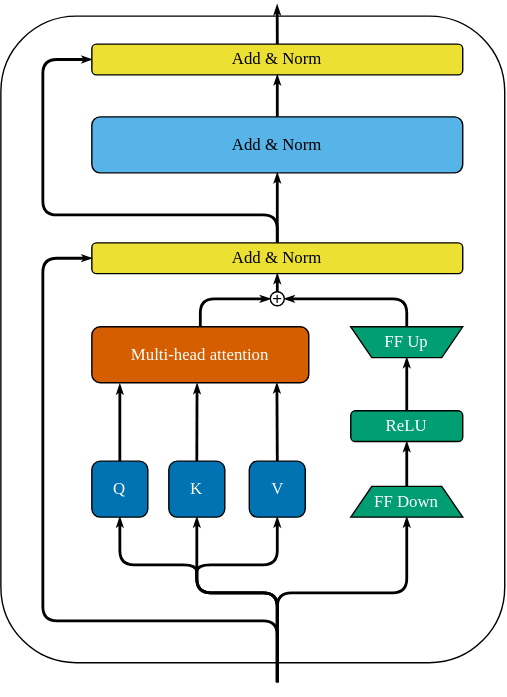
This is assets/methods/adapters.svg from Markel/PEFT-by-time, a draw.io export, as it was before one commit. Source tidied: cells renumbered, new cells last; positions are measured from the earlier drawing's top-left corner, leaving out a move shared by most shapes.
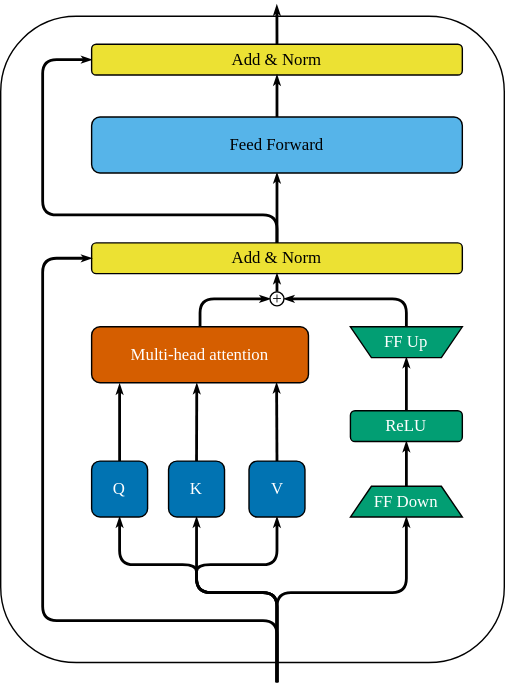
The same diagram one commit later.

Change to the diagram source:
```diff
@@ -2,13 +2,13 @@
   <root>
     <mxCell id="0" />
     <mxCell id="1" parent="0" />
-    <mxCell id="2" style="rounded=1;whiteSpace=wrap;html=1;fillColor=none;" parent="1" vertex="1">
+    <mxCell id="2" style="rounded=1;whiteSpace=wrap;html=1;fillColor=none;fontFamily=EHUSans;" parent="1" vertex="1">
       <mxGeometry y="8" width="360" height="462" as="geometry" />
     </mxCell>
-    <mxCell id="3" style="edgeStyle=orthogonalEdgeStyle;html=1;exitX=0.5;exitY=0;exitDx=0;exitDy=0;entryX=0.5;entryY=1;entryDx=0;entryDy=0;strokeWidth=2;endArrow=classicThin;endFill=1;endSize=1;" parent="1" edge="1" source="5" target="9">
+    <mxCell id="3" style="edgeStyle=orthogonalEdgeStyle;html=1;exitX=0.5;exitY=0;exitDx=0;exitDy=0;entryX=0.5;entryY=1;entryDx=0;entryDy=0;strokeWidth=2;endArrow=classicThin;endFill=1;endSize=1;fontFamily=EHUSans;" parent="1" edge="1" source="5" target="9">
       <mxGeometry relative="1" as="geometry" />
     </mxCell>
-    <mxCell id="4" style="edgeStyle=orthogonalEdgeStyle;html=1;exitX=0.5;exitY=0;exitDx=0;exitDy=0;entryX=0;entryY=0.5;entryDx=0;entryDy=0;strokeWidth=2;fontColor=#FFFFFF;endArrow=classicThin;endFill=1;endSize=1;" parent="1" edge="1" source="5" target="7">
+    <mxCell id="4" style="edgeStyle=orthogonalEdgeStyle;html=1;exitX=0.5;exitY=0;exitDx=0;exitDy=0;entryX=0;entryY=0.5;entryDx=0;entryDy=0;strokeWidth=2;fontColor=#FFFFFF;endArrow=classicThin;endFill=1;endSize=1;fontFamily=EHUSans;" parent="1" edge="1" source="5" target="7">
       <mxGeometry relative="1" as="geometry">
         <Array as="points">
           <mxPoint x="198" y="150" />
@@ -20,7 +20,7 @@
     <mxCell id="5" value="Add &amp;amp; Norm" style="rounded=1;whiteSpace=wrap;html=1;fillColor=#ece133;fontFamily=EHUSans;fontStyle=0;" parent="1" vertex="1">
       <mxGeometry x="65" y="170" width="265" height="22" as="geometry" />
     </mxCell>
-    <mxCell id="6" style="edgeStyle=orthogonalEdgeStyle;html=1;exitX=0.5;exitY=0;exitDx=0;exitDy=0;strokeWidth=2;fontColor=#FFFFFF;endArrow=classicThin;endFill=1;endSize=1;" parent="1" edge="1" source="7">
+    <mxCell id="6" style="edgeStyle=orthogonalEdgeStyle;html=1;exitX=0.5;exitY=0;exitDx=0;exitDy=0;strokeWidth=2;fontColor=#FFFFFF;endArrow=classicThin;endFill=1;endSize=1;fontFamily=EHUSans;" parent="1" edge="1" source="7">
       <mxGeometry relative="1" as="geometry">
         <mxPoint x="197.4" as="targetPoint" />
       </mxGeometry>
@@ -28,13 +28,13 @@
     <mxCell id="7" value="Add &amp;amp; Norm" style="rounded=1;whiteSpace=wrap;html=1;fillColor=#ece133;fontFamily=EHUSans;fontStyle=0;" parent="1" vertex="1">
       <mxGeometry x="65" y="28" width="265" height="22" as="geometry" />
     </mxCell>
-    <mxCell id="8" style="edgeStyle=orthogonalEdgeStyle;html=1;exitX=0.5;exitY=0;exitDx=0;exitDy=0;entryX=0.5;entryY=1;entryDx=0;entryDy=0;strokeWidth=2;endArrow=classicThin;endFill=1;endSize=1;" parent="1" edge="1" source="9" target="7">
+    <mxCell id="8" style="edgeStyle=orthogonalEdgeStyle;html=1;exitX=0.5;exitY=0;exitDx=0;exitDy=0;entryX=0.5;entryY=1;entryDx=0;entryDy=0;strokeWidth=2;endArrow=classicThin;endFill=1;endSize=1;fontFamily=EHUSans;" parent="1" edge="1" source="9" target="7">
       <mxGeometry relative="1" as="geometry" />
     </mxCell>
-    <mxCell id="9" value="Add &amp;amp; Norm" style="rounded=1;whiteSpace=wrap;html=1;fillColor=#56b4e9;fontFamily=EHUSans;fontStyle=0;" parent="1" vertex="1">
+    <mxCell id="9" value="Feed Forward" style="rounded=1;whiteSpace=wrap;html=1;fillColor=#56b4e9;fontFamily=EHUSans;fontStyle=0;" parent="1" vertex="1">
       <mxGeometry x="65" y="80" width="265" height="40" as="geometry" />
     </mxCell>
-    <mxCell id="10" style="edgeStyle=orthogonalEdgeStyle;html=1;exitX=0.5;exitY=0;exitDx=0;exitDy=0;entryX=0;entryY=0.5;entryDx=0;entryDy=0;strokeWidth=2;fontColor=#FFFFFF;endArrow=classicThin;endFill=1;endSize=1;" parent="1" edge="1" source="15" target="5">
+    <mxCell id="10" style="edgeStyle=orthogonalEdgeStyle;html=1;exitX=0.5;exitY=0;exitDx=0;exitDy=0;entryX=0;entryY=0.5;entryDx=0;entryDy=0;strokeWidth=2;fontColor=#FFFFFF;endArrow=classicThin;endFill=1;endSize=1;fontFamily=EHUSans;" parent="1" edge="1" source="15" target="5">
       <mxGeometry relative="1" as="geometry">
         <Array as="points">
           <mxPoint x="198" y="440" />
@@ -43,7 +43,7 @@
         </Array>
       </mxGeometry>
     </mxCell>
-    <mxCell id="11" style="edgeStyle=orthogonalEdgeStyle;jumpSize=1;html=1;exitX=0.5;exitY=0;exitDx=0;exitDy=0;entryX=0.5;entryY=1;entryDx=0;entryDy=0;strokeWidth=2;endArrow=classicThin;endFill=1;endSize=1;elbow=vertical;" parent="1" edge="1" source="15" target="17">
+    <mxCell id="11" style="edgeStyle=orthogonalEdgeStyle;jumpSize=1;html=1;exitX=0.5;exitY=0;exitDx=0;exitDy=0;entryX=0.5;entryY=1;entryDx=0;entryDy=0;strokeWidth=2;endArrow=classicThin;endFill=1;endSize=1;elbow=vertical;fontFamily=EHUSans;" parent="1" edge="1" source="15" target="17">
       <mxGeometry relative="1" as="geometry">
         <Array as="points">
           <mxPoint x="198" y="420" />
@@ -53,7 +53,7 @@
         </Array>
       </mxGeometry>
     </mxCell>
-    <mxCell id="12" style="edgeStyle=orthogonalEdgeStyle;jumpSize=1;html=1;exitX=0.5;exitY=0;exitDx=0;exitDy=0;entryX=0.5;entryY=1;entryDx=0;entryDy=0;strokeWidth=2;endArrow=classicThin;endFill=1;endSize=1;elbow=vertical;" parent="1" edge="1" source="15" target="19">
+    <mxCell id="12" style="edgeStyle=orthogonalEdgeStyle;jumpSize=1;html=1;exitX=0.5;exitY=0;exitDx=0;exitDy=0;entryX=0.5;entryY=1;entryDx=0;entryDy=0;strokeWidth=2;endArrow=classicThin;endFill=1;endSize=1;elbow=vertical;fontFamily=EHUSans;" parent="1" edge="1" source="15" target="19">
       <mxGeometry relative="1" as="geometry">
         <Array as="points">
           <mxPoint x="198" y="420" />
@@ -61,7 +61,7 @@
         </Array>
       </mxGeometry>
     </mxCell>
-    <mxCell id="13" style="edgeStyle=orthogonalEdgeStyle;jumpSize=1;html=1;exitX=0.5;exitY=0;exitDx=0;exitDy=0;entryX=0.5;entryY=1;entryDx=0;entryDy=0;strokeWidth=2;endArrow=classicThin;endFill=1;endSize=1;elbow=vertical;" parent="1" edge="1" source="15" target="21">
+    <mxCell id="13" style="edgeStyle=orthogonalEdgeStyle;jumpSize=1;html=1;exitX=0.5;exitY=0;exitDx=0;exitDy=0;entryX=0.5;entryY=1;entryDx=0;entryDy=0;strokeWidth=2;endArrow=classicThin;endFill=1;endSize=1;elbow=vertical;fontFamily=EHUSans;" parent="1" edge="1" source="15" target="21">
       <mxGeometry relative="1" as="geometry">
         <Array as="points">
           <mxPoint x="198" y="420" />
@@ -71,7 +71,7 @@
         </Array>
       </mxGeometry>
     </mxCell>
-    <mxCell id="14" style="edgeStyle=orthogonalEdgeStyle;jumpSize=1;html=1;exitX=0.5;exitY=0;exitDx=0;exitDy=0;entryX=0.5;entryY=1;entryDx=0;entryDy=0;strokeWidth=2;endArrow=classicThin;endFill=1;endSize=1;elbow=vertical;" parent="1" edge="1" source="15" target="27">
+    <mxCell id="14" style="edgeStyle=orthogonalEdgeStyle;jumpSize=1;html=1;exitX=0.5;exitY=0;exitDx=0;exitDy=0;entryX=0.5;entryY=1;entryDx=0;entryDy=0;strokeWidth=2;endArrow=classicThin;endFill=1;endSize=1;elbow=vertical;fontFamily=EHUSans;" parent="1" edge="1" source="15" target="27">
       <mxGeometry relative="1" as="geometry">
         <Array as="points">
           <mxPoint x="198" y="420" />
@@ -79,55 +79,55 @@
         </Array>
       </mxGeometry>
     </mxCell>
-    <mxCell id="15" style="rounded=1;whiteSpace=wrap;html=1;fillColor=none;strokeColor=none;" parent="1" vertex="1">
+    <mxCell id="15" style="rounded=1;whiteSpace=wrap;html=1;fillColor=none;strokeColor=none;fontFamily=EHUSans;" parent="1" vertex="1">
       <mxGeometry x="137.5" y="484" width="120" height="10" as="geometry" />
     </mxCell>
-    <mxCell id="16" style="edgeStyle=none;jumpSize=1;html=1;exitX=0.5;exitY=0;exitDx=0;exitDy=0;entryX=0.129;entryY=1.022;entryDx=0;entryDy=0;entryPerimeter=0;strokeWidth=2;endArrow=classicThin;endFill=1;endSize=1;" parent="1" edge="1" source="17" target="23">
+    <mxCell id="16" style="edgeStyle=none;jumpSize=1;html=1;exitX=0.5;exitY=0;exitDx=0;exitDy=0;entryX=0.129;entryY=1.022;entryDx=0;entryDy=0;entryPerimeter=0;strokeWidth=2;endArrow=classicThin;endFill=1;endSize=1;fontFamily=EHUSans;" parent="1" edge="1" source="17" target="23">
       <mxGeometry relative="1" as="geometry" />
     </mxCell>
     <mxCell id="17" value="&lt;font&gt;Q&lt;/font&gt;" style="rounded=1;whiteSpace=wrap;html=1;fillColor=#0173b2;fontFamily=EHUSans;fontStyle=0;fontColor=#FFFFFF;" parent="1" vertex="1">
       <mxGeometry x="65" y="326" width="40" height="40" as="geometry" />
     </mxCell>
-    <mxCell id="18" style="edgeStyle=none;jumpSize=1;html=1;exitX=0.5;exitY=0;exitDx=0;exitDy=0;entryX=0.485;entryY=1.014;entryDx=0;entryDy=0;entryPerimeter=0;strokeWidth=2;endArrow=classicThin;endFill=1;endSize=1;" parent="1" edge="1" source="19" target="23">
+    <mxCell id="18" style="edgeStyle=none;jumpSize=1;html=1;exitX=0.5;exitY=0;exitDx=0;exitDy=0;entryX=0.485;entryY=1.014;entryDx=0;entryDy=0;entryPerimeter=0;strokeWidth=2;endArrow=classicThin;endFill=1;endSize=1;fontFamily=EHUSans;" parent="1" edge="1" source="19" target="23">
       <mxGeometry relative="1" as="geometry" />
     </mxCell>
     <mxCell id="19" value="&lt;font&gt;K&lt;/font&gt;" style="rounded=1;whiteSpace=wrap;html=1;fillColor=#0173b2;fontFamily=EHUSans;fontStyle=0;fontColor=#FFFFFF;" parent="1" vertex="1">
       <mxGeometry x="120" y="326" width="40" height="40" as="geometry" />
     </mxCell>
-    <mxCell id="20" style="edgeStyle=none;jumpSize=1;html=1;exitX=0.5;exitY=0;exitDx=0;exitDy=0;entryX=0.853;entryY=1.003;entryDx=0;entryDy=0;entryPerimeter=0;strokeWidth=2;endArrow=classicThin;endFill=1;endSize=1;" parent="1" edge="1" source="21" target="23">
+    <mxCell id="20" style="edgeStyle=none;jumpSize=1;html=1;exitX=0.5;exitY=0;exitDx=0;exitDy=0;entryX=0.853;entryY=1.003;entryDx=0;entryDy=0;entryPerimeter=0;strokeWidth=2;endArrow=classicThin;endFill=1;endSize=1;fontFamily=EHUSans;" parent="1" edge="1" source="21" target="23">
       <mxGeometry relative="1" as="geometry" />
     </mxCell>
     <mxCell id="21" value="&lt;font&gt;V&lt;/font&gt;" style="rounded=1;whiteSpace=wrap;html=1;fillColor=#0173b2;fontFamily=EHUSans;fontStyle=0;fontColor=#FFFFFF;" parent="1" vertex="1">
       <mxGeometry x="177.5" y="326" width="40" height="40" as="geometry" />
     </mxCell>
-    <mxCell id="22" style="edgeStyle=orthogonalEdgeStyle;html=1;exitX=0.5;exitY=0;exitDx=0;exitDy=0;entryX=0;entryY=0.5;entryDx=0;entryDy=0;strokeWidth=2;fontColor=#FFFFFF;endArrow=classicThin;endFill=1;endSize=1;" parent="1" edge="1" source="23" target="31">
+    <mxCell id="22" style="edgeStyle=orthogonalEdgeStyle;html=1;exitX=0.5;exitY=0;exitDx=0;exitDy=0;entryX=0;entryY=0.5;entryDx=0;entryDy=0;strokeWidth=2;fontColor=#FFFFFF;endArrow=classicThin;endFill=1;endSize=1;fontFamily=EHUSans;" parent="1" edge="1" source="23" target="31">
       <mxGeometry relative="1" as="geometry" />
     </mxCell>
     <mxCell id="23" value="Multi-head attention" style="rounded=1;whiteSpace=wrap;html=1;fillColor=#d55e00;fontFamily=EHUSans;fontStyle=0;fontColor=#FFFFFF;" parent="1" vertex="1">
       <mxGeometry x="65" y="230" width="155" height="40" as="geometry" />
     </mxCell>
-    <mxCell id="24" style="edgeStyle=orthogonalEdgeStyle;jumpSize=1;html=1;exitX=0.5;exitY=0;exitDx=0;exitDy=0;entryX=0.5;entryY=1;entryDx=0;entryDy=0;strokeWidth=2;endArrow=classicThin;endFill=1;endSize=1;elbow=vertical;" parent="1" edge="1" source="25" target="29">
+    <mxCell id="24" style="edgeStyle=orthogonalEdgeStyle;jumpSize=1;html=1;exitX=0.5;exitY=0;exitDx=0;exitDy=0;entryX=0.5;entryY=1;entryDx=0;entryDy=0;strokeWidth=2;endArrow=classicThin;endFill=1;endSize=1;elbow=vertical;fontFamily=EHUSans;" parent="1" edge="1" source="25" target="29">
       <mxGeometry relative="1" as="geometry" />
     </mxCell>
     <mxCell id="25" value="ReLU" style="rounded=1;whiteSpace=wrap;html=1;fillColor=#029e73;fontFamily=EHUSans;fontStyle=0;fontColor=#FFFFFF;" parent="1" vertex="1">
       <mxGeometry x="250" y="290" width="80" height="22" as="geometry" />
     </mxCell>
-    <mxCell id="26" style="edgeStyle=orthogonalEdgeStyle;jumpSize=1;html=1;exitX=0.5;exitY=0;exitDx=0;exitDy=0;entryX=0.5;entryY=1;entryDx=0;entryDy=0;strokeWidth=2;endArrow=classicThin;endFill=1;endSize=1;elbow=vertical;" parent="1" edge="1" source="27" target="25">
+    <mxCell id="26" style="edgeStyle=orthogonalEdgeStyle;jumpSize=1;html=1;exitX=0.5;exitY=0;exitDx=0;exitDy=0;entryX=0.5;entryY=1;entryDx=0;entryDy=0;strokeWidth=2;endArrow=classicThin;endFill=1;endSize=1;elbow=vertical;fontFamily=EHUSans;" parent="1" edge="1" source="27" target="25">
       <mxGeometry relative="1" as="geometry" />
     </mxCell>
-    <mxCell id="27" value="&lt;span style=&quot;font-family: EHUSans;&quot;&gt;FF Down&lt;/span&gt;" style="shape=trapezoid;perimeter=trapezoidPerimeter;whiteSpace=wrap;html=1;fixedSize=1;size=15;fillColor=#029e73;fontColor=#FFFFFF;" parent="1" vertex="1">
+    <mxCell id="27" value="&lt;span style=&quot;&quot;&gt;FF Down&lt;/span&gt;" style="shape=trapezoid;perimeter=trapezoidPerimeter;whiteSpace=wrap;html=1;fixedSize=1;size=15;fillColor=#029e73;fontColor=#FFFFFF;fontFamily=EHUSans;" parent="1" vertex="1">
       <mxGeometry x="250" y="344" width="80" height="22" as="geometry" />
     </mxCell>
-    <mxCell id="28" style="edgeStyle=orthogonalEdgeStyle;jumpSize=1;html=1;exitX=0.5;exitY=0;exitDx=0;exitDy=0;entryX=1;entryY=0.5;entryDx=0;entryDy=0;strokeWidth=2;endArrow=classicThin;endFill=1;endSize=1;elbow=vertical;" parent="1" edge="1" source="29" target="31">
+    <mxCell id="28" style="edgeStyle=orthogonalEdgeStyle;jumpSize=1;html=1;exitX=0.5;exitY=0;exitDx=0;exitDy=0;entryX=1;entryY=0.5;entryDx=0;entryDy=0;strokeWidth=2;endArrow=classicThin;endFill=1;endSize=1;elbow=vertical;fontFamily=EHUSans;" parent="1" edge="1" source="29" target="31">
       <mxGeometry relative="1" as="geometry" />
     </mxCell>
-    <mxCell id="29" value="&lt;span style=&quot;font-family: EHUSans;&quot;&gt;FF Up&lt;/span&gt;" style="shape=trapezoid;perimeter=trapezoidPerimeter;whiteSpace=wrap;html=1;fixedSize=1;size=15;fillColor=#029e73;flipV=1;fontColor=#FFFFFF;" parent="1" vertex="1">
+    <mxCell id="29" value="&lt;span style=&quot;&quot;&gt;FF Up&lt;/span&gt;" style="shape=trapezoid;perimeter=trapezoidPerimeter;whiteSpace=wrap;html=1;fixedSize=1;size=15;fillColor=#029e73;flipV=1;fontColor=#FFFFFF;fontFamily=EHUSans;" parent="1" vertex="1">
       <mxGeometry x="250" y="230" width="80" height="22" as="geometry" />
     </mxCell>
-    <mxCell id="30" style="edgeStyle=none;html=1;exitX=0.5;exitY=0;exitDx=0;exitDy=0;entryX=0.5;entryY=1;entryDx=0;entryDy=0;jumpSize=1;endSize=1;strokeWidth=2;endArrow=classicThin;endFill=1;" parent="1" edge="1" source="31" target="5">
+    <mxCell id="30" style="edgeStyle=none;html=1;exitX=0.5;exitY=0;exitDx=0;exitDy=0;entryX=0.5;entryY=1;entryDx=0;entryDy=0;jumpSize=1;endSize=1;strokeWidth=2;endArrow=classicThin;endFill=1;fontFamily=EHUSans;" parent="1" edge="1" source="31" target="5">
       <mxGeometry relative="1" as="geometry" />
     </mxCell>
-    <mxCell id="31" value="+" style="ellipse;whiteSpace=wrap;html=1;" parent="1" vertex="1">
+    <mxCell id="31" value="+" style="ellipse;whiteSpace=wrap;html=1;fontFamily=EHUSans;" parent="1" vertex="1">
       <mxGeometry x="192.5" y="205" width="10" height="10" as="geometry" />
     </mxCell>
   </root>
```
